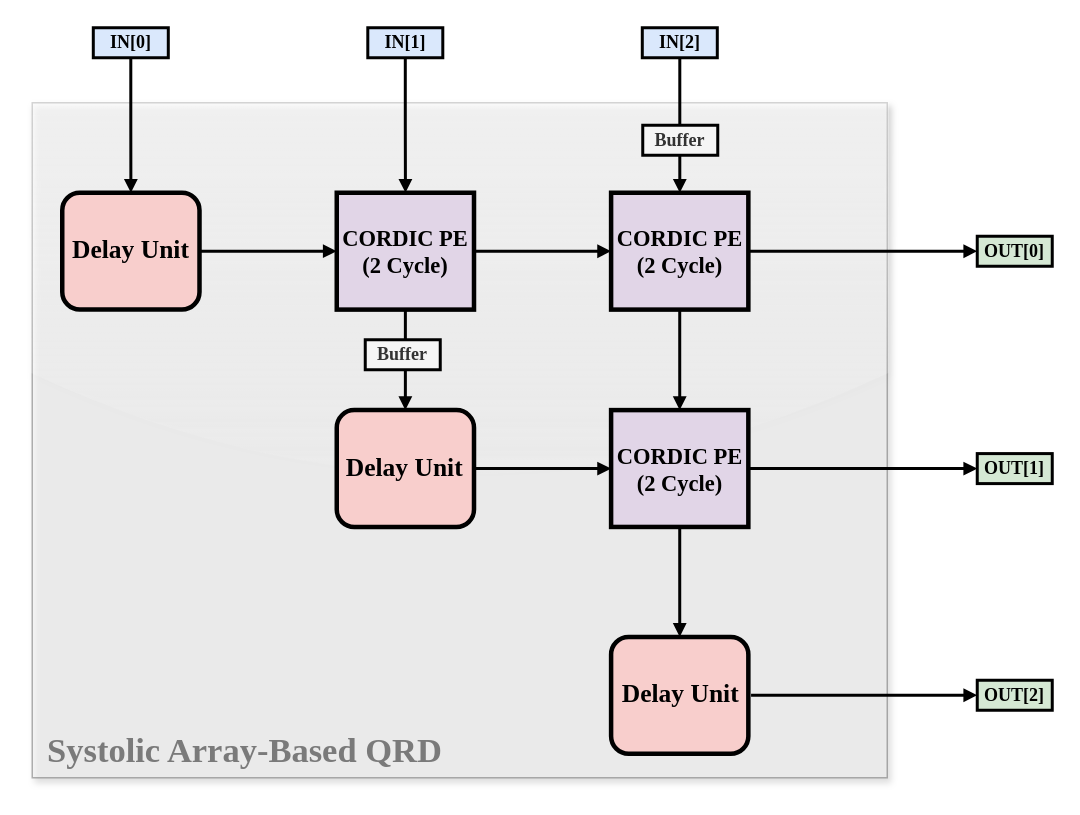
This is report/Figure/QRD-Systolic-Array.drawio from akira2963753/Eigen-Value-Decomposition, a draw.io file, before an edit. Source tidied: cells renumbered, new cells numbered last; positions are measured from the earlier drawing's top-left corner, leaving out a move shared by most shapes. Both pictures are drawn from the tidied source at 150%, with x=0, y=0 at pixel (32, 27).
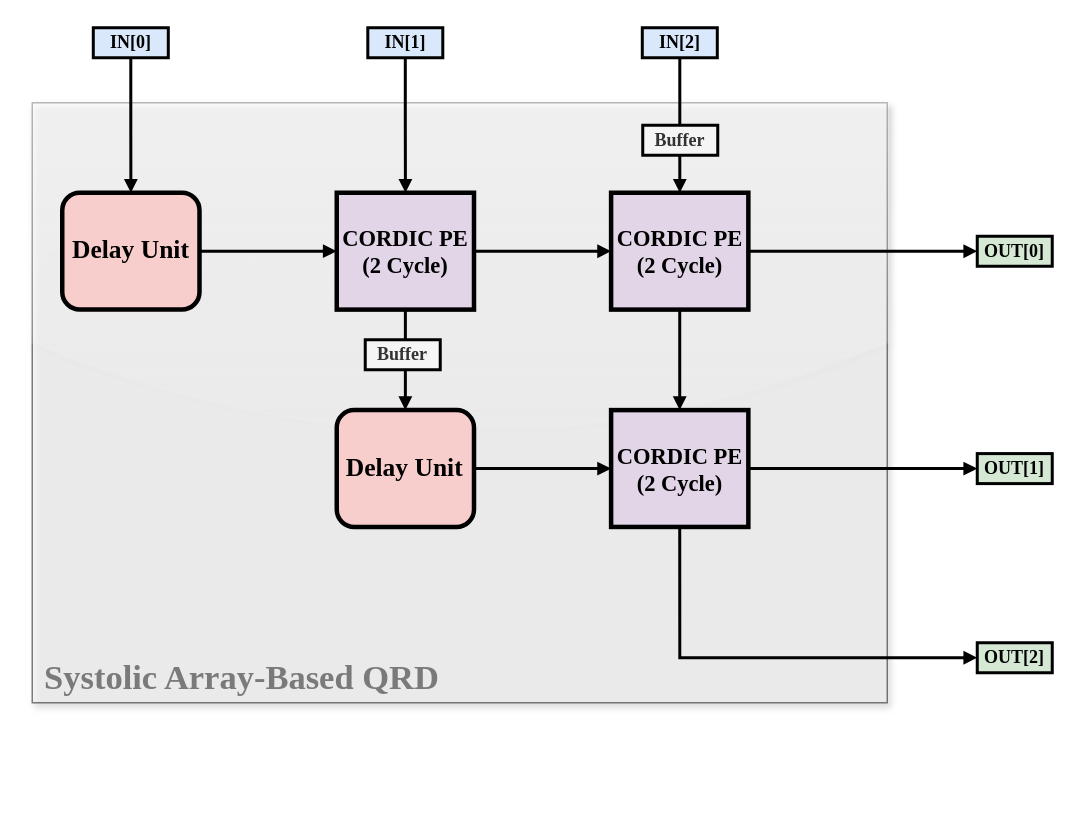
After the change.

Unchanged cells that the change refers to:
```xml
<mxCell id="15" value="&lt;b style=&quot;font-size: 15px;&quot;&gt;CORDIC PE&lt;/b&gt;&lt;div&gt;&lt;span style=&quot;font-size: 15px;&quot;&gt;&lt;b&gt;(2 Cycle)&lt;/b&gt;&lt;/span&gt;&lt;/div&gt;" style="rounded=0;whiteSpace=wrap;html=1;strokeWidth=3;fillColor=#e1d5e7;strokeColor=default;fontFamily=Garamond;" parent="1" vertex="1">
  <mxGeometry x="385.9" y="254.9" width="91.5" height="77.9" as="geometry" />
</mxCell>
```

What changed in the source:
```diff
@@
-    <mxCell id="2" style="rounded=0;whiteSpace=wrap;html=1;fillColor=#f5f5f5;strokeColor=#666666;shadow=1;glass=1;opacity=50;strokeWidth=1;fontColor=#333333;" parent="1" vertex="1">
-      <mxGeometry y="50" width="570" height="450" as="geometry" />
+    <mxCell id="2" style="rounded=0;whiteSpace=wrap;html=1;fillColor=#f5f5f5;strokeColor=default;shadow=1;glass=1;opacity=50;strokeWidth=1;fontColor=#333333;" parent="1" vertex="1">
+      <mxGeometry y="50" width="570" height="400" as="geometry" />
     </mxCell>
@@
-    <mxCell id="13" style="edgeStyle=orthogonalEdgeStyle;rounded=0;jettySize=auto;html=1;exitX=0.5;exitY=1;exitDx=0;exitDy=0;entryX=0.5;entryY=0;entryDx=0;entryDy=0;strokeWidth=2;fontFamily=Garamond;endSize=4;endArrow=block;endFill=1;" parent="1" edge="1" source="15" target="16">
-      <mxGeometry relative="1" as="geometry" />
-    </mxCell>
@@
-    <mxCell id="16" style="rounded=1;whiteSpace=wrap;html=1;strokeWidth=3;fillColor=#f8cecc;strokeColor=default;fontFamily=Garamond;" parent="1" vertex="1">
-      <mxGeometry x="385.9" y="406.1" width="91.5" height="77.9" as="geometry" />
-    </mxCell>
@@
-    <mxCell id="18" style="edgeStyle=orthogonalEdgeStyle;rounded=0;jettySize=auto;html=1;exitX=1;exitY=0.5;exitDx=0;exitDy=0;entryX=0;entryY=0.5;entryDx=0;entryDy=0;strokeWidth=2;endSize=4;endArrow=block;endFill=1;" parent="1" edge="1" source="19" target="22">
+    <mxCell id="18" style="edgeStyle=orthogonalEdgeStyle;rounded=0;jettySize=auto;html=1;exitX=0.5;exitY=1;exitDx=0;exitDy=0;entryX=0;entryY=0.5;entryDx=0;entryDy=0;strokeWidth=2;endSize=4;endArrow=block;endFill=1;" parent="1" edge="1" source="15" target="22">
       <mxGeometry relative="1" as="geometry" />
     </mxCell>
-    <mxCell id="19" value="&lt;b style=&quot;&quot;&gt;&lt;font style=&quot;font-size: 17px;&quot;&gt;Delay Unit&lt;/font&gt;&lt;/b&gt;" style="text;html=1;whiteSpace=wrap;strokeColor=none;fillColor=none;align=center;verticalAlign=middle;rounded=0;fontFamily=Garamond;strokeWidth=3;" parent="1" vertex="1">
-      <mxGeometry x="385.9" y="431" width="93.3" height="28" as="geometry" />
-    </mxCell>
@@
     <mxCell id="22" value="&lt;font face=&quot;Garamond&quot;&gt;&lt;b&gt;OUT[2]&lt;/b&gt;&lt;/font&gt;" style="text;html=1;whiteSpace=wrap;strokeColor=default;fillColor=#d5e8d4;align=center;verticalAlign=middle;rounded=0;strokeWidth=2;" parent="1" vertex="1">
-      <mxGeometry x="630" y="435" width="50" height="20" as="geometry" />
+      <mxGeometry x="630" y="410" width="50" height="20" as="geometry" />
     </mxCell>
@@
     <mxCell id="29" value="&lt;font face=&quot;Garamond&quot; style=&quot;font-size: 23px; color: rgb(122, 122, 122);&quot;&gt;&lt;b style=&quot;&quot;&gt;Systolic Array-Based QRD&lt;/b&gt;&lt;/font&gt;" style="text;html=1;whiteSpace=wrap;align=center;verticalAlign=middle;rounded=0;strokeWidth=1;" parent="1" vertex="1">
-      <mxGeometry x="2" y="472" width="280" height="20" as="geometry" />
+      <mxGeometry y="423" width="280" height="20" as="geometry" />
     </mxCell>
```
